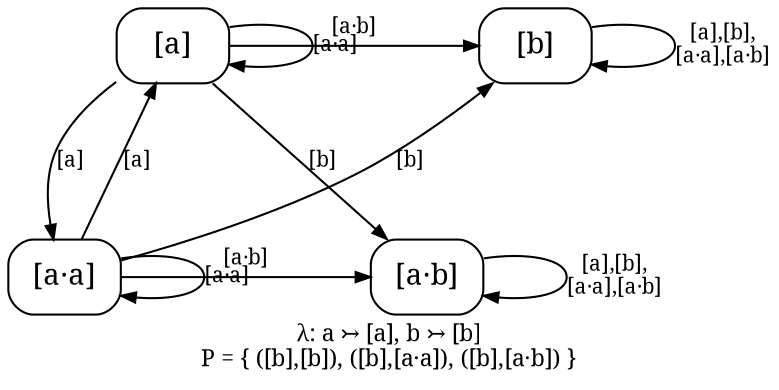
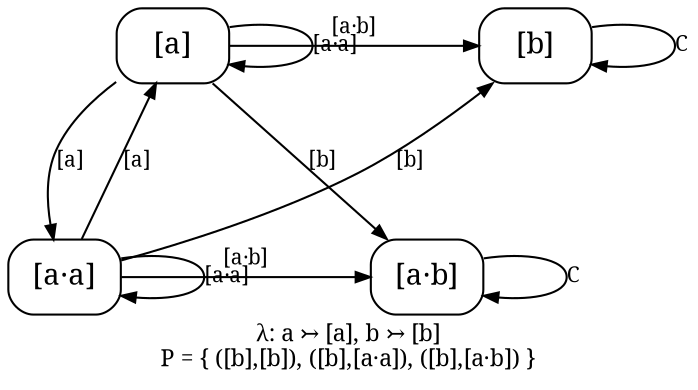
// sos2cayley even.sos --rename a=a,!a=b
digraph core_F2_even {
  rankdir=TB;
  ranksep=0.87; nodesep=0.55;
  node [shape=box, style=rounded, fontname="serif", margin="0.06,0.03"];
  edge [fontname="serif", fontsize=10, arrowsize=0.7];
  label="λ: a ↣ [a], b ↣ [b]\nP = { ([b],[b]), ([b],[a·a]), ([b],[a·b]) }";
  labelloc="b"; labeljust="c"; fontname="serif"; fontsize=11;

  a [label="[a]"];
  b [label="[b]"];
  aa [label="[a·a]"];
  ab [label="[a·b]"];

  { rank=same; a b; }
  { rank=same; aa ab; }

  a -> aa [label="[a]", weight=3];
  a -> ab [label="[b]", weight=3];
  a -> a [label="[a·a]", weight=1];
  a -> b [label="[a·b]", weight=1];
-   b -> b [label="[a],[b],\n[a·a],[a·b]", weight=1];
+   b -> b [label="C", weight=1];
  aa -> a [label="[a]", weight=1];
  aa -> b [label="[b]", weight=1];
  aa -> aa [label="[a·a]", weight=1];
  aa -> ab [label="[a·b]", weight=1];
-   ab -> ab [label="[a],[b],\n[a·a],[a·b]", weight=1];
+   ab -> ab [label="C", weight=1];
}
